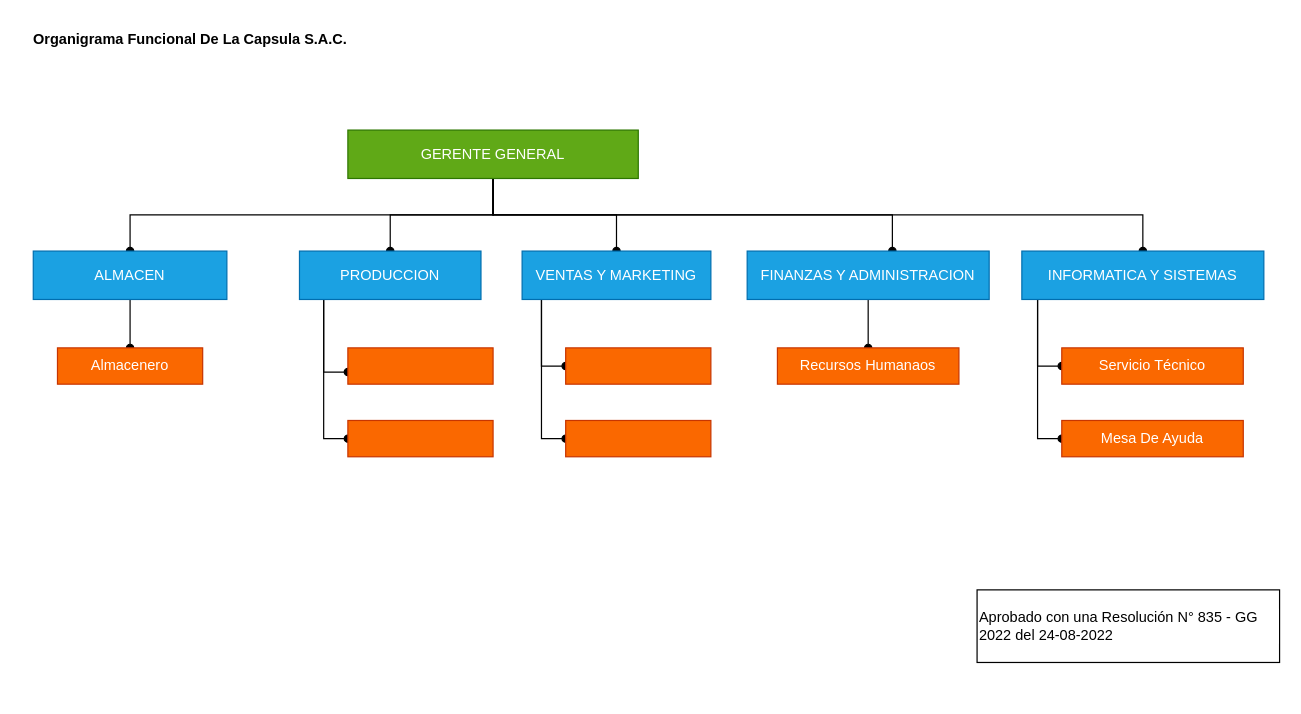
The draw.io diagram Diagrama sin título.drawio in HERNAN21/Organigrama-Empresarial, before the edit. Source tidied: cells renumbered, new cells numbered last; positions are measured from the earlier drawing's top-left corner, leaving out a move shared by most shapes. Both pictures are drawn from the tidied source at 121%, with x=0, y=0 at pixel (21, 21).
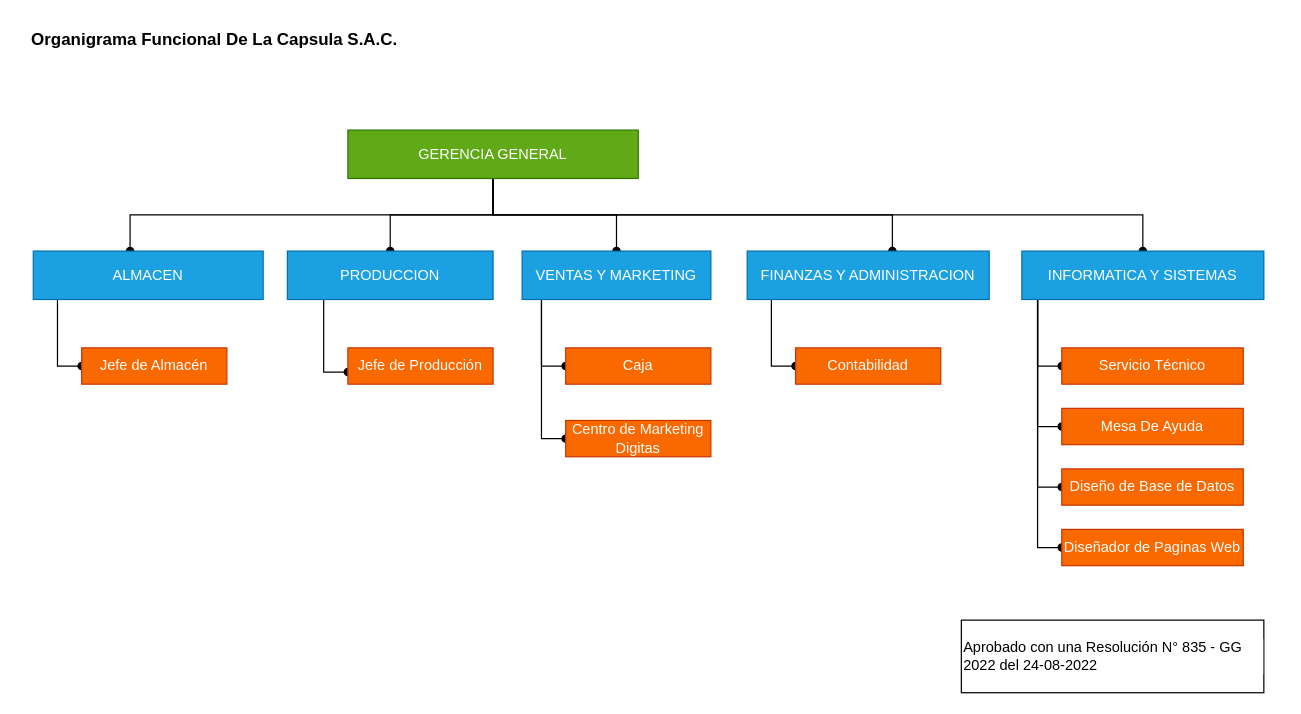
The same page after the edit.

The change refers to these unchanged cells:
```xml
<mxCell id="17" value="FINANZAS Y ADMINISTRACION" style="whiteSpace=wrap;html=1;fillColor=#1ba1e2;strokeColor=#006EAF;rounded=0;fontColor=#ffffff;" parent="1" vertex="1">
  <mxGeometry x="600" y="190" width="200" height="40" as="geometry" />
</mxCell>
<mxCell id="28" value="INFORMATICA Y SISTEMAS" style="whiteSpace=wrap;html=1;fillColor=#1ba1e2;strokeColor=#006EAF;rounded=0;fontColor=#ffffff;" parent="1" vertex="1">
  <mxGeometry x="827" y="190" width="200" height="40" as="geometry" />
</mxCell>
```

Diff of the diagram source:
```diff
@@
-    <mxCell id="7" value="GERENTE GENERAL" style="rounded=0;whiteSpace=wrap;html=1;fillColor=#60a917;strokeColor=#2D7600;fontColor=#ffffff;" parent="1" vertex="1">
+    <mxCell id="7" value="GERENCIA GENERAL" style="rounded=0;whiteSpace=wrap;html=1;fillColor=#60a917;strokeColor=#2D7600;fontColor=#ffffff;" parent="1" vertex="1">
       <mxGeometry x="270" y="90" width="240" height="40" as="geometry" />
     </mxCell>
-    <mxCell id="8" style="edgeStyle=orthogonalEdgeStyle;rounded=0;jettySize=auto;html=1;endArrow=oval;endFill=1;strokeColor=default;" parent="1" edge="1" source="9" target="18">
-      <mxGeometry relative="1" as="geometry" />
-    </mxCell>
+    <mxCell id="32" style="edgeStyle=orthogonalEdgeStyle;rounded=0;jettySize=auto;html=1;entryX=0;entryY=0.5;entryDx=0;entryDy=0;fontSize=14;fontColor=#000000;endArrow=oval;endFill=1;strokeColor=default;" parent="1" edge="1" source="9" target="36">
+      <mxGeometry relative="1" as="geometry">
+        <Array as="points">
+          <mxPoint x="30" y="285" />
+        </Array>
+      </mxGeometry>
+    </mxCell>
     <mxCell id="9" value="ALMACEN" style="whiteSpace=wrap;html=1;fillColor=#1ba1e2;strokeColor=#006EAF;rounded=0;fontColor=#ffffff;" parent="1" vertex="1">
-      <mxGeometry x="10" y="190" width="160" height="40" as="geometry" />
+      <mxGeometry x="10" y="190" width="190" height="40" as="geometry" />
     </mxCell>
@@
-    <mxCell id="11" style="edgeStyle=orthogonalEdgeStyle;rounded=0;jettySize=auto;html=1;fontColor=#FFFFFF;endArrow=oval;endFill=1;strokeColor=default;entryX=0;entryY=0.5;entryDx=0;entryDy=0;" parent="1" edge="1" source="12" target="22">
-      <mxGeometry relative="1" as="geometry">
-        <Array as="points">
-          <mxPoint x="250" y="345" />
-        </Array>
-      </mxGeometry>
-    </mxCell>
     <mxCell id="12" value="PRODUCCION" style="whiteSpace=wrap;html=1;fillColor=#1ba1e2;strokeColor=#006EAF;rounded=0;fontColor=#ffffff;" parent="1" vertex="1">
-      <mxGeometry x="230" y="190" width="150" height="40" as="geometry" />
+      <mxGeometry x="220" y="190" width="170" height="40" as="geometry" />
     </mxCell>
@@
-    <mxCell id="16" style="edgeStyle=orthogonalEdgeStyle;rounded=0;jettySize=auto;html=1;fontColor=#FFFFFF;endArrow=oval;endFill=1;strokeColor=default;" parent="1" edge="1" source="17" target="19">
-      <mxGeometry relative="1" as="geometry" />
-    </mxCell>
+    <mxCell id="33" style="edgeStyle=orthogonalEdgeStyle;rounded=0;jettySize=auto;html=1;entryX=0;entryY=0.5;entryDx=0;entryDy=0;fontSize=14;fontColor=#000000;endArrow=oval;endFill=1;strokeColor=default;" parent="1" edge="1" source="17" target="39">
+      <mxGeometry relative="1" as="geometry">
+        <Array as="points">
+          <mxPoint x="620" y="285" />
+        </Array>
+      </mxGeometry>
+    </mxCell>
@@
-    <mxCell id="18" value="Almacenero" style="whiteSpace=wrap;html=1;fillColor=#fa6800;strokeColor=#C73500;fontColor=#FFFFFF;rounded=0;" parent="1" vertex="1">
-      <mxGeometry x="30" y="270" width="120" height="30" as="geometry" />
-    </mxCell>
-    <mxCell id="19" value="Recursos Humanaos" style="whiteSpace=wrap;html=1;fillColor=#fa6800;strokeColor=#C73500;fontColor=#FFFFFF;rounded=0;" parent="1" vertex="1">
-      <mxGeometry x="625" y="270" width="150" height="30" as="geometry" />
-    </mxCell>
-    <mxCell id="20" style="whiteSpace=wrap;html=1;fillColor=#fa6800;strokeColor=#C73500;fontColor=#FFFFFF;rounded=0;" parent="1" vertex="1">
+    <mxCell id="20" value="Jefe de Producción" style="whiteSpace=wrap;html=1;fillColor=#fa6800;strokeColor=#C73500;fontColor=#FFFFFF;rounded=0;" parent="1" vertex="1">
       <mxGeometry x="270" y="270" width="120" height="30" as="geometry" />
     </mxCell>
-    <mxCell id="21" style="whiteSpace=wrap;html=1;fillColor=#fa6800;strokeColor=#C73500;fontColor=#FFFFFF;rounded=0;" parent="1" vertex="1">
+    <mxCell id="21" value="Caja" style="whiteSpace=wrap;html=1;fillColor=#fa6800;strokeColor=#C73500;fontColor=#FFFFFF;rounded=0;" parent="1" vertex="1">
       <mxGeometry x="450" y="270" width="120" height="30" as="geometry" />
     </mxCell>
-    <mxCell id="22" style="whiteSpace=wrap;html=1;fillColor=#fa6800;strokeColor=#C73500;fontColor=#FFFFFF;rounded=0;" parent="1" vertex="1">
-      <mxGeometry x="270" y="330" width="120" height="30" as="geometry" />
-    </mxCell>
-    <mxCell id="23" style="whiteSpace=wrap;html=1;fillColor=#fa6800;strokeColor=#C73500;fontColor=#FFFFFF;rounded=0;" parent="1" vertex="1">
+    <mxCell id="23" value="Centro de Marketing Digitas" style="whiteSpace=wrap;html=1;fillColor=#fa6800;strokeColor=#C73500;fontColor=#FFFFFF;rounded=0;" parent="1" vertex="1">
       <mxGeometry x="450" y="330" width="120" height="30" as="geometry" />
     </mxCell>
@@
-    <mxCell id="25" value="Organigrama Funcional De La Capsula S.A.C." style="text;html=1;strokeColor=none;fillColor=none;align=center;verticalAlign=middle;whiteSpace=wrap;rounded=0;labelBackgroundColor=#FFFFFF;fontColor=#000000;fontStyle=1;" parent="1" vertex="1">
-      <mxGeometry width="280" height="30" as="geometry" />
+    <mxCell id="25" value="Organigrama Funcional De La Capsula S.A.C." style="text;html=1;strokeColor=none;fillColor=none;align=center;verticalAlign=middle;whiteSpace=wrap;rounded=0;labelBackgroundColor=#FFFFFF;fontColor=#000000;fontStyle=1;fontSize=14;" parent="1" vertex="1">
+      <mxGeometry width="320" height="30" as="geometry" />
     </mxCell>
@@
     <mxCell id="27" style="edgeStyle=orthogonalEdgeStyle;rounded=0;jettySize=auto;html=1;entryX=0;entryY=0.5;entryDx=0;entryDy=0;fontColor=#000000;endArrow=oval;endFill=1;strokeColor=default;" parent="1" edge="1" source="28" target="30">
       <mxGeometry relative="1" as="geometry">
         <Array as="points">
-          <mxPoint x="840" y="345" />
+          <mxPoint x="840" y="335" />
         </Array>
       </mxGeometry>
     </mxCell>
+    <mxCell id="34" style="edgeStyle=orthogonalEdgeStyle;rounded=0;jettySize=auto;html=1;fontSize=14;fontColor=#000000;endArrow=oval;endFill=1;strokeColor=default;entryX=0;entryY=0.5;entryDx=0;entryDy=0;" parent="1" edge="1" source="28" target="37">
+      <mxGeometry relative="1" as="geometry">
+        <Array as="points">
+          <mxPoint x="840" y="385" />
+        </Array>
+      </mxGeometry>
+    </mxCell>
+    <mxCell id="35" style="edgeStyle=orthogonalEdgeStyle;rounded=0;jettySize=auto;html=1;entryX=0;entryY=0.5;entryDx=0;entryDy=0;fontSize=14;fontColor=#000000;endArrow=oval;endFill=1;strokeColor=default;" parent="1" edge="1" source="28" target="38">
+      <mxGeometry relative="1" as="geometry">
+        <Array as="points">
+          <mxPoint x="840" y="435" />
+        </Array>
+      </mxGeometry>
+    </mxCell>
@@
     <mxCell id="30" value="Mesa De Ayuda" style="whiteSpace=wrap;html=1;fillColor=#fa6800;strokeColor=#C73500;fontColor=#FFFFFF;rounded=0;" parent="1" vertex="1">
-      <mxGeometry x="860" y="330" width="150" height="30" as="geometry" />
+      <mxGeometry x="860" y="320" width="150" height="30" as="geometry" />
     </mxCell>
     <mxCell id="31" value="Aprobado con una Resolución N° 835 - GG 2022 del 24-08-2022&amp;nbsp;" style="rounded=0;whiteSpace=wrap;html=1;labelBackgroundColor=#FFFFFF;fontColor=#000000;align=left;" parent="1" vertex="1">
-      <mxGeometry x="790" y="470" width="250" height="60" as="geometry" />
+      <mxGeometry x="777" y="495" width="250" height="60" as="geometry" />
     </mxCell>
+    <mxCell id="36" value="Jefe de Almacén" style="whiteSpace=wrap;html=1;fillColor=#fa6800;strokeColor=#C73500;fontColor=#FFFFFF;rounded=0;" parent="1" vertex="1">
+      <mxGeometry x="50" y="270" width="120" height="30" as="geometry" />
+    </mxCell>
+    <mxCell id="37" value="Diseño de Base de Datos" style="whiteSpace=wrap;html=1;fillColor=#fa6800;strokeColor=#C73500;fontColor=#FFFFFF;rounded=0;" parent="1" vertex="1">
+      <mxGeometry x="860" y="370" width="150" height="30" as="geometry" />
+    </mxCell>
+    <mxCell id="38" value="Diseñador de Paginas Web" style="whiteSpace=wrap;html=1;fillColor=#fa6800;strokeColor=#C73500;fontColor=#FFFFFF;rounded=0;" parent="1" vertex="1">
+      <mxGeometry x="860" y="420" width="150" height="30" as="geometry" />
+    </mxCell>
+    <mxCell id="39" value="Contabilidad" style="whiteSpace=wrap;html=1;fillColor=#fa6800;strokeColor=#C73500;fontColor=#FFFFFF;rounded=0;" parent="1" vertex="1">
+      <mxGeometry x="640" y="270" width="120" height="30" as="geometry" />
+    </mxCell>
```
